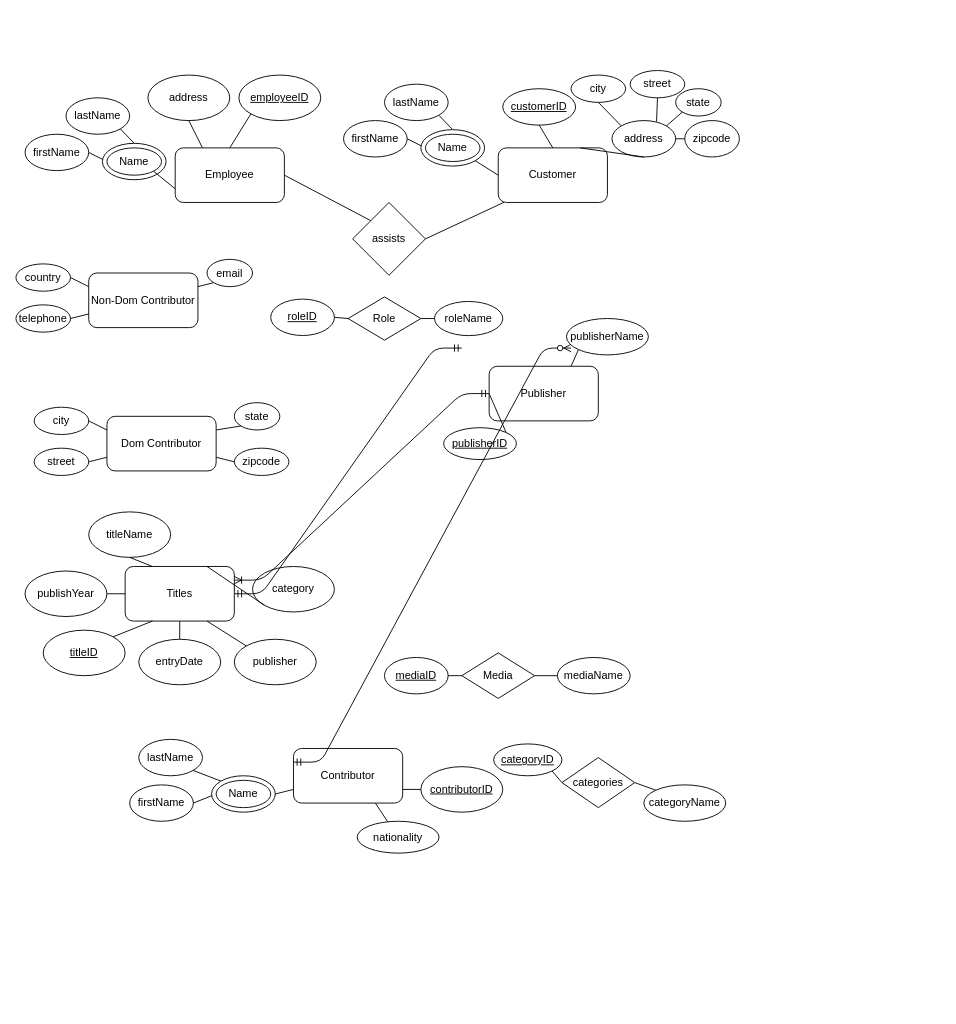
Before: projecteerd.drawio in roning54/database_design, a draw.io diagram. Source tidied: cells renumbered, new cells numbered last; positions are measured from the earlier drawing's top-left corner, leaving out a move shared by most shapes. Both pictures are drawn from the tidied source at 91%, with x=0, y=0 at pixel (15, 70).
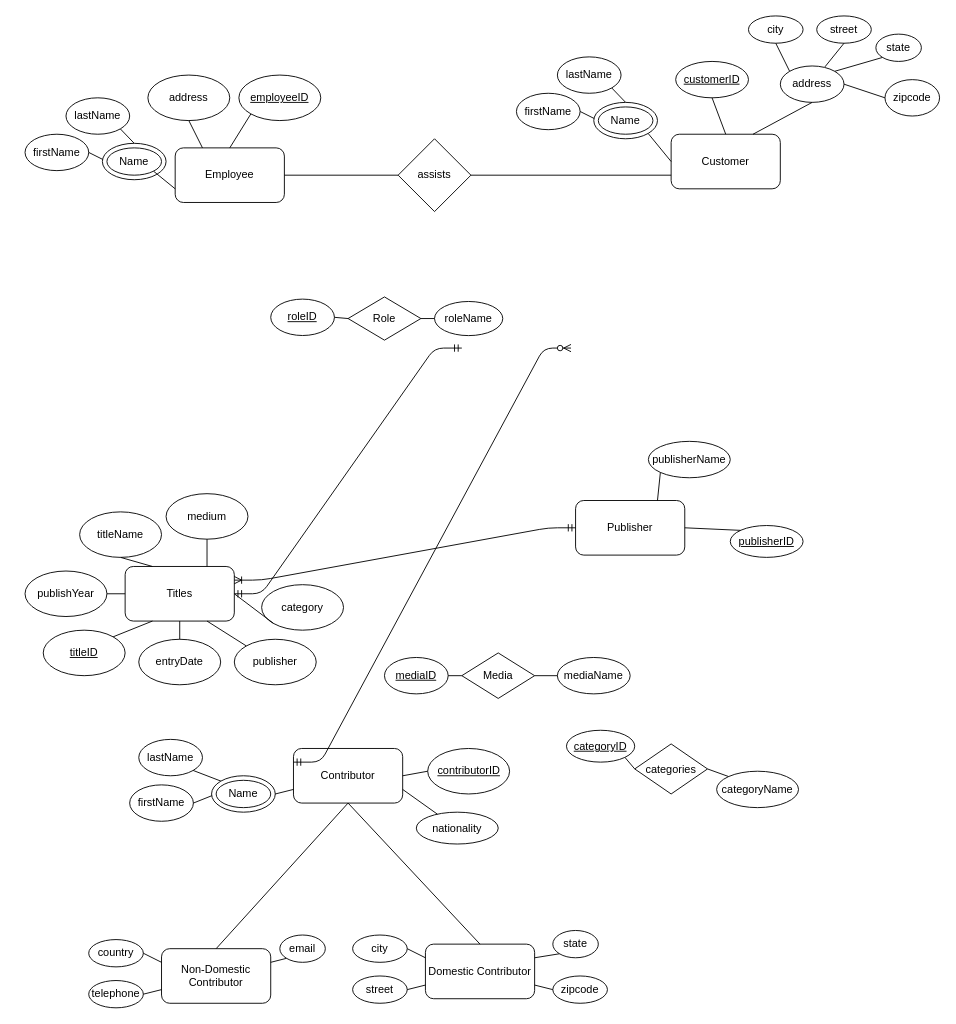
The same page after the edit.

The change refers to these unchanged cells:
```xml
<mxCell id="2" value="Employee" style="rounded=1;whiteSpace=wrap;html=1;" parent="1" vertex="1">
  <mxGeometry x="175" y="85" width="120" height="60" as="geometry" />
</mxCell>
<mxCell id="28" value="Titles" style="rounded=1;whiteSpace=wrap;html=1;" parent="1" vertex="1">
  <mxGeometry x="120" y="545" width="120" height="60" as="geometry" />
</mxCell>
<mxCell id="41" value="Contributor" style="rounded=1;whiteSpace=wrap;html=1;" parent="1" vertex="1">
  <mxGeometry x="305" y="745" width="120" height="60" as="geometry" />
</mxCell>
```

Change to the diagram source:
```diff
@@
     <mxCell id="5" value="Customer" style="rounded=1;whiteSpace=wrap;html=1;" parent="1" vertex="1">
-      <mxGeometry x="530" y="85" width="120" height="60" as="geometry" />
+      <mxGeometry x="720" y="70" width="120" height="60" as="geometry" />
     </mxCell>
     <mxCell id="6" value="&lt;u&gt;customerID&lt;/u&gt;" style="ellipse;whiteSpace=wrap;html=1;" parent="1" vertex="1">
-      <mxGeometry x="535" y="20" width="80" height="40" as="geometry" />
+      <mxGeometry x="725" y="-10" width="80" height="40" as="geometry" />
     </mxCell>
     <mxCell id="7" value="firstName" style="ellipse;whiteSpace=wrap;html=1;" parent="1" vertex="1">
-      <mxGeometry x="360" y="55" width="70" height="40" as="geometry" />
+      <mxGeometry x="550" y="25" width="70" height="40" as="geometry" />
     </mxCell>
     <mxCell id="8" value="&lt;div&gt;lastName&lt;/div&gt;" style="ellipse;whiteSpace=wrap;html=1;" parent="1" vertex="1">
-      <mxGeometry x="405" y="15" width="70" height="40" as="geometry" />
+      <mxGeometry x="595" y="-15" width="70" height="40" as="geometry" />
     </mxCell>
     <mxCell id="9" value="address" style="ellipse;whiteSpace=wrap;html=1;" parent="1" vertex="1">
-      <mxGeometry x="655" y="55" width="70" height="40" as="geometry" />
+      <mxGeometry x="840" y="-5" width="70" height="40" as="geometry" />
     </mxCell>
     <mxCell id="10" value="city" style="ellipse;whiteSpace=wrap;html=1;" parent="1" vertex="1">
-      <mxGeometry x="610" y="5" width="60" height="30" as="geometry" />
+      <mxGeometry x="805" y="-60" width="60" height="30" as="geometry" />
     </mxCell>
     <mxCell id="11" value="&lt;div&gt;state&lt;/div&gt;" style="ellipse;whiteSpace=wrap;html=1;" parent="1" vertex="1">
-      <mxGeometry x="725" y="20" width="50" height="30" as="geometry" />
+      <mxGeometry x="945" y="-40" width="50" height="30" as="geometry" />
     </mxCell>
     <mxCell id="12" value="zipcode" style="ellipse;whiteSpace=wrap;html=1;" parent="1" vertex="1">
-      <mxGeometry x="735" y="55" width="60" height="40" as="geometry" />
+      <mxGeometry x="955" y="10" width="60" height="40" as="geometry" />
     </mxCell>
     <mxCell id="13" value="street" style="ellipse;whiteSpace=wrap;html=1;" parent="1" vertex="1">
-      <mxGeometry x="675" width="60" height="30" as="geometry" />
+      <mxGeometry x="880" y="-60" width="60" height="30" as="geometry" />
     </mxCell>
@@
     <mxCell id="30" value="category" style="ellipse;whiteSpace=wrap;html=1;" parent="1" vertex="1">
-      <mxGeometry x="260" y="545" width="90" height="50" as="geometry" />
+      <mxGeometry x="270" y="565" width="90" height="50" as="geometry" />
     </mxCell>
@@
     <mxCell id="32" value="titleName" style="ellipse;whiteSpace=wrap;html=1;" parent="1" vertex="1">
-      <mxGeometry x="80" y="485" width="90" height="50" as="geometry" />
+      <mxGeometry x="70" y="485" width="90" height="50" as="geometry" />
     </mxCell>
@@
-    <mxCell id="35" style="endArrow=none;html=1;entryX=0.75;entryY=0;entryDx=0;entryDy=0;exitX=0;exitY=1;exitDx=0;exitDy=0;" parent="1" edge="1" source="30" target="28">
+    <mxCell id="35" style="endArrow=none;html=1;entryX=1;entryY=0.5;entryDx=0;entryDy=0;exitX=0;exitY=1;exitDx=0;exitDy=0;" parent="1" edge="1" source="30" target="28">
       <mxGeometry relative="1" as="geometry" />
     </mxCell>
@@
     <mxCell id="42" value="&lt;u&gt;contributorID&lt;/u&gt;" style="ellipse;whiteSpace=wrap;html=1;" parent="1" vertex="1">
-      <mxGeometry x="445" y="765" width="90" height="50" as="geometry" />
+      <mxGeometry x="452.5" y="745" width="90" height="50" as="geometry" />
     </mxCell>
     <mxCell id="43" value="nationality" style="ellipse;whiteSpace=wrap;html=1;" parent="1" vertex="1">
-      <mxGeometry x="375" y="825" width="90" height="35" as="geometry" />
+      <mxGeometry x="440" y="815" width="90" height="35" as="geometry" />
     </mxCell>
-    <mxCell id="44" style="endArrow=none;html=1;entryX=0.75;entryY=1;entryDx=0;entryDy=0;" parent="1" edge="1" source="43" target="41">
+    <mxCell id="44" style="endArrow=none;html=1;entryX=1;entryY=0.75;entryDx=0;entryDy=0;" parent="1" edge="1" source="43" target="41">
       <mxGeometry relative="1" as="geometry" />
     </mxCell>
-    <mxCell id="45" style="endArrow=none;html=1;entryX=0;entryY=0.5;entryDx=0;entryDy=0;exitX=1;exitY=0.75;exitDx=0;exitDy=0;" parent="1" edge="1" source="41" target="42">
+    <mxCell id="45" style="endArrow=none;html=1;entryX=0;entryY=0.5;entryDx=0;entryDy=0;exitX=1;exitY=0.5;exitDx=0;exitDy=0;" parent="1" edge="1" source="41" target="42">
       <mxGeometry relative="1" as="geometry" />
     </mxCell>
@@
-    <mxCell id="50" value="Dom Contributor" style="rounded=1;whiteSpace=wrap;html=1;" parent="1" vertex="1">
-      <mxGeometry x="100" y="380" width="120" height="60" as="geometry" />
+    <mxCell id="50" value="Domestic Contributor" style="rounded=1;whiteSpace=wrap;html=1;" parent="1" vertex="1">
+      <mxGeometry x="450" y="960" width="120" height="60" as="geometry" />
     </mxCell>
     <mxCell id="51" value="street" style="ellipse;whiteSpace=wrap;html=1;" parent="1" vertex="1">
-      <mxGeometry x="20" y="415" width="60" height="30" as="geometry" />
+      <mxGeometry x="370" y="995" width="60" height="30" as="geometry" />
     </mxCell>
     <mxCell id="52" value="city" style="ellipse;whiteSpace=wrap;html=1;" parent="1" vertex="1">
-      <mxGeometry x="20" y="370" width="60" height="30" as="geometry" />
+      <mxGeometry x="370" y="950" width="60" height="30" as="geometry" />
     </mxCell>
     <mxCell id="53" value="&lt;div&gt;state&lt;/div&gt;" style="ellipse;whiteSpace=wrap;html=1;" parent="1" vertex="1">
-      <mxGeometry x="240" y="365" width="50" height="30" as="geometry" />
+      <mxGeometry x="590" y="945" width="50" height="30" as="geometry" />
     </mxCell>
     <mxCell id="54" value="zipcode" style="ellipse;whiteSpace=wrap;html=1;" parent="1" vertex="1">
-      <mxGeometry x="240" y="415" width="60" height="30" as="geometry" />
+      <mxGeometry x="590" y="995" width="60" height="30" as="geometry" />
     </mxCell>
@@
     <mxCell id="59" value="Publisher" style="rounded=1;whiteSpace=wrap;html=1;" parent="1" vertex="1">
-      <mxGeometry x="520" y="325" width="120" height="60" as="geometry" />
+      <mxGeometry x="615" y="472.5" width="120" height="60" as="geometry" />
     </mxCell>
     <mxCell id="60" value="publisherName" style="ellipse;whiteSpace=wrap;html=1;" parent="1" vertex="1">
-      <mxGeometry x="605" y="272.5" width="90" height="40" as="geometry" />
+      <mxGeometry x="695" y="407.5" width="90" height="40" as="geometry" />
     </mxCell>
     <mxCell id="61" value="&lt;u&gt;publisherID&lt;/u&gt;" style="ellipse;whiteSpace=wrap;html=1;" parent="1" vertex="1">
-      <mxGeometry x="470" y="392.5" width="80" height="35" as="geometry" />
+      <mxGeometry x="785" y="500" width="80" height="35" as="geometry" />
     </mxCell>
@@
-    <mxCell id="63" style="endArrow=none;html=1;exitX=1;exitY=0;exitDx=0;exitDy=0;entryX=0;entryY=0.5;entryDx=0;entryDy=0;" parent="1" edge="1" source="61" target="59">
+    <mxCell id="63" style="endArrow=none;html=1;exitX=0;exitY=0;exitDx=0;exitDy=0;entryX=1;entryY=0.5;entryDx=0;entryDy=0;" parent="1" edge="1" source="61" target="59">
       <mxGeometry relative="1" as="geometry" />
     </mxCell>
     <mxCell id="64" value="&lt;u&gt;categoryID&lt;/u&gt;" style="ellipse;whiteSpace=wrap;html=1;" parent="1" vertex="1">
-      <mxGeometry x="525" y="740" width="75" height="35" as="geometry" />
+      <mxGeometry x="605" y="725" width="75" height="35" as="geometry" />
     </mxCell>
     <mxCell id="65" value="categoryName" style="ellipse;whiteSpace=wrap;html=1;" parent="1" vertex="1">
-      <mxGeometry x="690" y="785" width="90" height="40" as="geometry" />
+      <mxGeometry x="770" y="770" width="90" height="40" as="geometry" />
     </mxCell>
@@
-    <mxCell id="68" value="Non-Dom Contributor" style="rounded=1;whiteSpace=wrap;html=1;" parent="1" vertex="1">
-      <mxGeometry x="80" y="222.5" width="120" height="60" as="geometry" />
-    </mxCell>
-    <mxCell id="69" value="telephone" style="ellipse;whiteSpace=wrap;html=1;" parent="1" vertex="1">
-      <mxGeometry y="257.5" width="60" height="30" as="geometry" />
-    </mxCell>
-    <mxCell id="70" value="country" style="ellipse;whiteSpace=wrap;html=1;" parent="1" vertex="1">
-      <mxGeometry y="212.5" width="60" height="30" as="geometry" />
-    </mxCell>
-    <mxCell id="71" value="email" style="ellipse;whiteSpace=wrap;html=1;" parent="1" vertex="1">
-      <mxGeometry x="210" y="207.5" width="50" height="30" as="geometry" />
-    </mxCell>
-    <mxCell id="72" style="endArrow=none;html=1;entryX=1;entryY=0.25;entryDx=0;entryDy=0;exitX=0;exitY=1;exitDx=0;exitDy=0;" parent="1" edge="1" source="71" target="68">
-      <mxGeometry relative="1" as="geometry" />
-    </mxCell>
-    <mxCell id="73" style="endArrow=none;html=1;entryX=1;entryY=0.5;entryDx=0;entryDy=0;exitX=0;exitY=0.75;exitDx=0;exitDy=0;" parent="1" edge="1" source="68" target="69">
-      <mxGeometry relative="1" as="geometry" />
-    </mxCell>
-    <mxCell id="74" style="endArrow=none;html=1;exitX=1;exitY=0.5;exitDx=0;exitDy=0;entryX=0;entryY=0.25;entryDx=0;entryDy=0;" parent="1" edge="1" source="70" target="68">
-      <mxGeometry relative="1" as="geometry" />
-    </mxCell>
@@
     <mxCell id="78" style="ellipse;whiteSpace=wrap;html=1;" parent="1" vertex="1">
-      <mxGeometry x="445" y="65" width="70" height="40" as="geometry" />
+      <mxGeometry x="635" y="35" width="70" height="40" as="geometry" />
     </mxCell>
@@
     <mxCell id="80" value="Name" style="ellipse;whiteSpace=wrap;html=1;" parent="1" vertex="1">
-      <mxGeometry x="450" y="70" width="60" height="30" as="geometry" />
+      <mxGeometry x="640" y="40" width="60" height="30" as="geometry" />
     </mxCell>
     <mxCell id="81" value="assists" style="rhombus;whiteSpace=wrap;html=1;" parent="1" vertex="1">
-      <mxGeometry x="370" y="145" width="80" height="80" as="geometry" />
+      <mxGeometry x="420" y="75" width="80" height="80" as="geometry" />
     </mxCell>
@@
-    <mxCell id="83" style="endArrow=none;html=1;exitX=1;exitY=0.5;exitDx=0;exitDy=0;entryX=0.053;entryY=0.997;entryDx=0;entryDy=0;entryPerimeter=0;" parent="1" edge="1" source="81" target="5">
+    <mxCell id="83" style="endArrow=none;html=1;exitX=1;exitY=0.5;exitDx=0;exitDy=0;entryX=0;entryY=0.75;entryDx=0;entryDy=0;" parent="1" edge="1" source="81" target="5">
       <mxGeometry relative="1" as="geometry" />
     </mxCell>
@@
-    <mxCell id="85" style="endArrow=none;html=1;exitX=1;exitY=0.5;exitDx=0;exitDy=0;entryX=0;entryY=0;entryDx=0;entryDy=0;" parent="1" edge="1" source="2" target="81">
+    <mxCell id="85" style="endArrow=none;html=1;exitX=1;exitY=0.5;exitDx=0;exitDy=0;entryX=0;entryY=0.5;entryDx=0;entryDy=0;" parent="1" edge="1" source="2" target="81">
       <mxGeometry relative="1" as="geometry" />
     </mxCell>
@@
     <mxCell id="100" value="categories" style="rhombus;whiteSpace=wrap;html=1;" parent="1" vertex="1">
-      <mxGeometry x="600" y="755" width="80" height="55" as="geometry" />
+      <mxGeometry x="680" y="740" width="80" height="55" as="geometry" />
     </mxCell>
+    <mxCell id="101" value="Non-Domestic Contributor" style="rounded=1;whiteSpace=wrap;html=1;" parent="1" vertex="1">
+      <mxGeometry x="160" y="965" width="120" height="60" as="geometry" />
+    </mxCell>
+    <mxCell id="69" value="telephone" style="ellipse;whiteSpace=wrap;html=1;" parent="1" vertex="1">
+      <mxGeometry x="80" y="1000" width="60" height="30" as="geometry" />
+    </mxCell>
+    <mxCell id="70" value="country" style="ellipse;whiteSpace=wrap;html=1;" parent="1" vertex="1">
+      <mxGeometry x="80" y="955" width="60" height="30" as="geometry" />
+    </mxCell>
+    <mxCell id="71" value="email" style="ellipse;whiteSpace=wrap;html=1;" parent="1" vertex="1">
+      <mxGeometry x="290" y="950" width="50" height="30" as="geometry" />
+    </mxCell>
+    <mxCell id="102" style="endArrow=none;html=1;entryX=1;entryY=0.25;entryDx=0;entryDy=0;exitX=0;exitY=1;exitDx=0;exitDy=0;" parent="1" edge="1" source="71" target="101">
+      <mxGeometry relative="1" as="geometry" />
+    </mxCell>
+    <mxCell id="103" style="endArrow=none;html=1;entryX=1;entryY=0.5;entryDx=0;entryDy=0;exitX=0;exitY=0.75;exitDx=0;exitDy=0;" parent="1" edge="1" source="101" target="69">
+      <mxGeometry relative="1" as="geometry" />
+    </mxCell>
+    <mxCell id="104" style="endArrow=none;html=1;exitX=1;exitY=0.5;exitDx=0;exitDy=0;entryX=0;entryY=0.25;entryDx=0;entryDy=0;" parent="1" edge="1" source="70" target="101">
+      <mxGeometry relative="1" as="geometry" />
+    </mxCell>
+    <mxCell id="105" value="medium" style="ellipse;whiteSpace=wrap;html=1;" parent="1" vertex="1">
+      <mxGeometry x="165" y="465" width="90" height="50" as="geometry" />
+    </mxCell>
+    <mxCell id="106" style="endArrow=none;html=1;entryX=0.5;entryY=1;entryDx=0;entryDy=0;" parent="1" edge="1" target="105">
+      <mxGeometry relative="1" as="geometry">
+        <mxPoint x="210" y="545" as="sourcePoint" />
+      </mxGeometry>
+    </mxCell>
+    <mxCell id="107" style="endArrow=none;html=1;entryX=0.5;entryY=1;entryDx=0;entryDy=0;exitX=0.5;exitY=0;exitDx=0;exitDy=0;" parent="1" edge="1" source="101" target="41">
+      <mxGeometry relative="1" as="geometry" />
+    </mxCell>
+    <mxCell id="108" style="endArrow=none;html=1;entryX=0.5;entryY=1;entryDx=0;entryDy=0;exitX=0.5;exitY=0;exitDx=0;exitDy=0;" parent="1" edge="1" source="50" target="41">
+      <mxGeometry relative="1" as="geometry" />
+    </mxCell>
```
